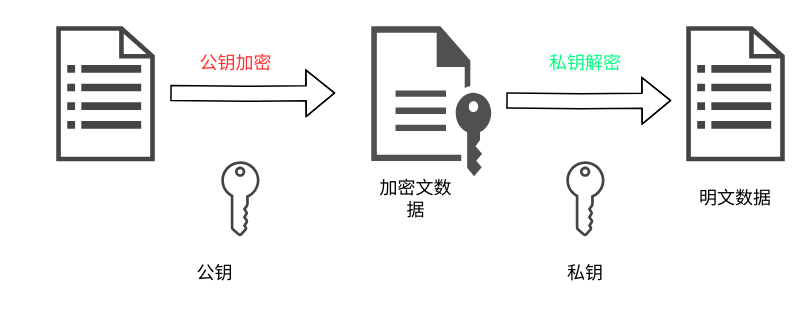
Earlier version of the draw.io diagram 非对称加密.drawio (ilikebug/drawio). Source tidied: cells renumbered, new cells numbered last; positions are measured from the earlier drawing's top-left corner, leaving out a move shared by most shapes. Both pictures are drawn from the tidied source at 150%, with x=0, y=0 at pixel (56, 26).
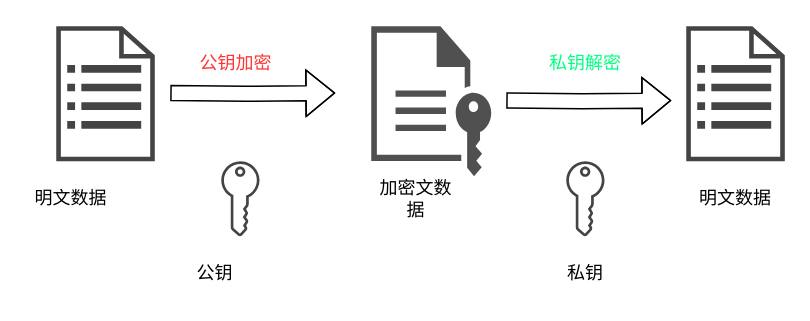
Above is the later version.

Commit message (it also covers changes not shown here):
非对称加密.drawio

What changed in the source:
```diff
@@
 <mxGraphModel>
   <root>
     <mxCell id="0" />
     <mxCell id="1" parent="0" />
     <mxCell id="2" style="sketch=0;shadow=0;dashed=0;html=1;strokeColor=none;fillColor=#434445;labelPosition=center;verticalLabelPosition=bottom;verticalAlign=top;align=center;shape=mxgraph.vvd.recovery_plan;" parent="1" vertex="1">
       <mxGeometry width="65.7" height="90" as="geometry" />
     </mxCell>
     <mxCell id="3" style="shape=flexArrow;endArrow=classic;html=1;rounded=0;" parent="1" edge="1">
       <mxGeometry relative="1" as="geometry">
         <mxPoint x="300" y="49.5" as="sourcePoint" />
         <mxPoint x="410" y="49.5" as="targetPoint" />
         <Array as="points">
           <mxPoint x="350" y="50" />
         </Array>
       </mxGeometry>
     </mxCell>
     <mxCell id="4" style="sketch=0;shadow=0;dashed=0;html=1;strokeColor=none;fillColor=#434445;labelPosition=center;verticalLabelPosition=bottom;verticalAlign=top;align=center;shape=mxgraph.vvd.tenant_key;" parent="1" vertex="1">
       <mxGeometry x="110" y="90" width="25.5" height="50" as="geometry" />
     </mxCell>
     <mxCell id="5" value="公钥" style="text;html=1;strokeColor=none;fillColor=none;align=center;verticalAlign=middle;whiteSpace=wrap;rounded=0;" parent="1" vertex="1">
       <mxGeometry x="76" y="150" width="60" height="30" as="geometry" />
     </mxCell>
     <mxCell id="6" style="sketch=0;shadow=0;dashed=0;html=1;strokeColor=none;fillColor=#505050;labelPosition=center;verticalLabelPosition=bottom;verticalAlign=top;align=center;shape=mxgraph.office.concepts.file_key;" parent="1" vertex="1">
       <mxGeometry x="210" width="80" height="100" as="geometry" />
     </mxCell>
     <mxCell id="7" style="sketch=0;shadow=0;dashed=0;html=1;strokeColor=none;fillColor=#434445;labelPosition=center;verticalLabelPosition=bottom;verticalAlign=top;align=center;shape=mxgraph.vvd.recovery_plan;" parent="1" vertex="1">
       <mxGeometry x="420" width="65.7" height="90" as="geometry" />
     </mxCell>
     <mxCell id="8" style="shape=flexArrow;endArrow=classic;html=1;rounded=0;" parent="1" edge="1">
       <mxGeometry relative="1" as="geometry">
         <mxPoint x="76" y="44.5" as="sourcePoint" />
         <mxPoint x="186" y="44.5" as="targetPoint" />
         <Array as="points">
           <mxPoint x="126" y="45" />
         </Array>
       </mxGeometry>
     </mxCell>
     <mxCell id="9" style="sketch=0;shadow=0;dashed=0;html=1;strokeColor=none;fillColor=#434445;labelPosition=center;verticalLabelPosition=bottom;verticalAlign=top;align=center;shape=mxgraph.vvd.tenant_key;" parent="1" vertex="1">
       <mxGeometry x="340" y="90" width="25.5" height="50" as="geometry" />
     </mxCell>
     <mxCell id="10" value="私钥" style="text;html=1;strokeColor=none;fillColor=none;align=center;verticalAlign=middle;whiteSpace=wrap;rounded=0;" parent="1" vertex="1">
       <mxGeometry x="322.8" y="150" width="60" height="30" as="geometry" />
     </mxCell>
     <mxCell id="11" value="&lt;font color=&quot;#ff3333&quot;&gt;公钥加密&lt;/font&gt;" style="text;html=1;strokeColor=none;fillColor=none;align=center;verticalAlign=middle;whiteSpace=wrap;rounded=0;" parent="1" vertex="1">
       <mxGeometry x="90" y="10" width="60" height="30" as="geometry" />
     </mxCell>
     <mxCell id="12" value="&lt;font color=&quot;#00ff80&quot;&gt;私钥解密&lt;/font&gt;" style="text;html=1;strokeColor=none;fillColor=none;align=center;verticalAlign=middle;whiteSpace=wrap;rounded=0;" parent="1" vertex="1">
       <mxGeometry x="322.8" y="10" width="60" height="30" as="geometry" />
     </mxCell>
     <mxCell id="13" value="明文数据" style="text;html=1;strokeColor=none;fillColor=none;align=center;verticalAlign=middle;whiteSpace=wrap;rounded=0;" parent="1" vertex="1">
       <mxGeometry x="422.9" y="100" width="60" height="30" as="geometry" />
     </mxCell>
     <mxCell id="14" value="加密文数据" style="text;html=1;strokeColor=none;fillColor=none;align=center;verticalAlign=middle;whiteSpace=wrap;rounded=0;" parent="1" vertex="1">
       <mxGeometry x="210" y="100" width="60" height="30" as="geometry" />
     </mxCell>
+    <mxCell id="15" value="明文数据" style="text;html=1;strokeColor=none;fillColor=none;align=center;verticalAlign=middle;whiteSpace=wrap;rounded=0;" parent="1" vertex="1">
+      <mxGeometry x="-20" y="100" width="60" height="30" as="geometry" />
+    </mxCell>
   </root>
 </mxGraphModel>
```
